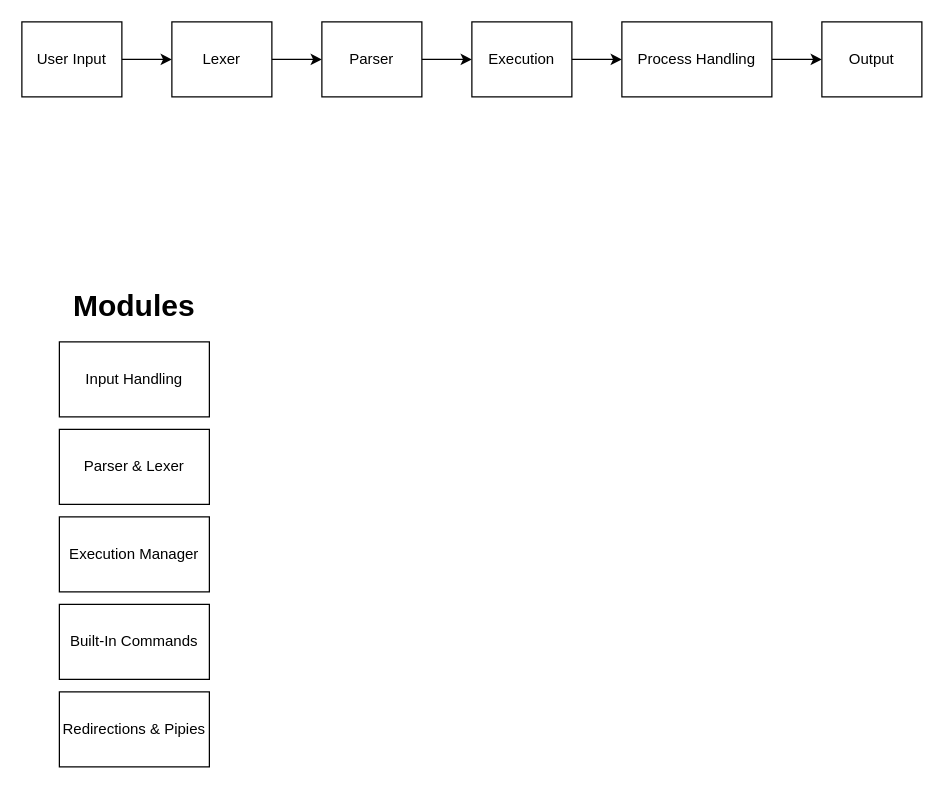
Before: page "High-Level Architecture Diagram" (1 of 3) of _gitignore/minishell.drawio in bddkalle/minishell, a draw.io diagram. Source tidied: cells renumbered, new cells numbered last; positions are measured from the earlier drawing's top-left corner, leaving out a move shared by most shapes. Both pictures are drawn from the tidied source at 125%, with x=0, y=0 at pixel (21, 21).
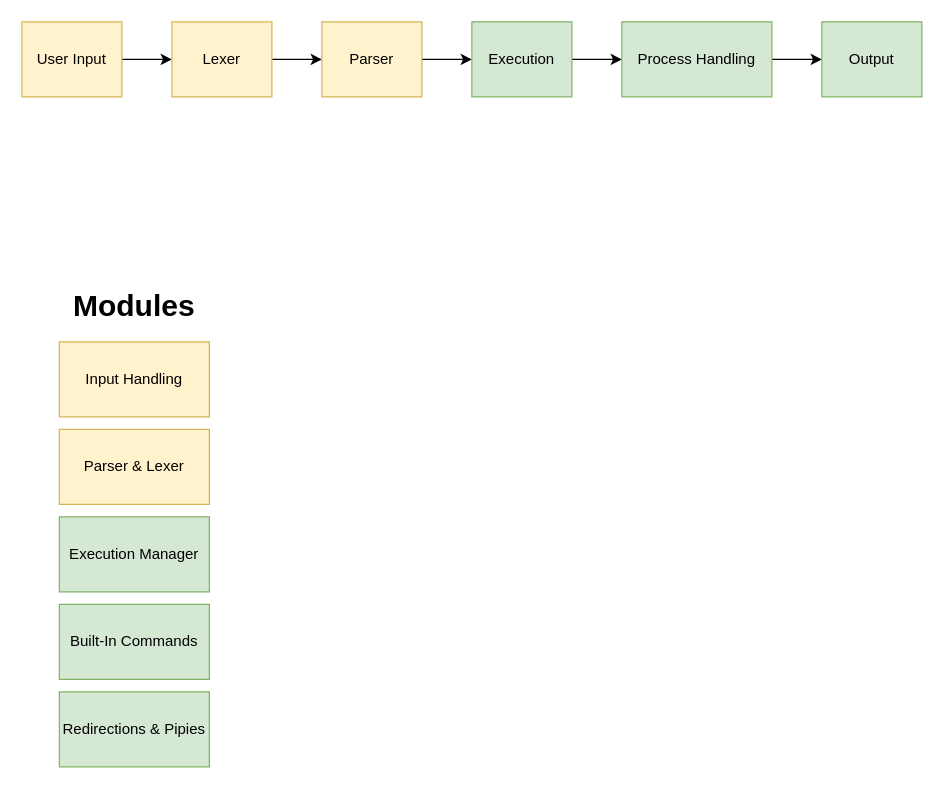
The same diagram, later.

Change to the diagram source:
```diff
@@
 <mxGraphModel>
   <root>
     <mxCell id="0" />
     <mxCell id="1" parent="0" />
-    <mxCell id="2" value="Input Handling" style="rounded=0;whiteSpace=wrap;html=1;" parent="1" vertex="1">
+    <mxCell id="2" value="Input Handling" style="rounded=0;whiteSpace=wrap;html=1;fillColor=#fff2cc;strokeColor=#d6b656;" parent="1" vertex="1">
       <mxGeometry x="30" y="256" width="120" height="60" as="geometry" />
     </mxCell>
-    <mxCell id="3" value="Parser &amp;amp; Lexer" style="rounded=0;whiteSpace=wrap;html=1;" parent="1" vertex="1">
+    <mxCell id="3" value="Parser &amp;amp; Lexer" style="rounded=0;whiteSpace=wrap;html=1;fillColor=#fff2cc;strokeColor=#d6b656;" parent="1" vertex="1">
       <mxGeometry x="30" y="326" width="120" height="60" as="geometry" />
     </mxCell>
-    <mxCell id="4" value="Execution Manager" style="rounded=0;whiteSpace=wrap;html=1;" parent="1" vertex="1">
+    <mxCell id="4" value="Execution Manager" style="rounded=0;whiteSpace=wrap;html=1;fillColor=#d5e8d4;strokeColor=#82b366;" parent="1" vertex="1">
       <mxGeometry x="30" y="396" width="120" height="60" as="geometry" />
     </mxCell>
-    <mxCell id="5" value="&lt;div&gt;Built-In Commands&lt;/div&gt;" style="rounded=0;whiteSpace=wrap;html=1;" parent="1" vertex="1">
+    <mxCell id="5" value="&lt;div&gt;Built-In Commands&lt;/div&gt;" style="rounded=0;whiteSpace=wrap;html=1;fillColor=#d5e8d4;strokeColor=#82b366;" parent="1" vertex="1">
       <mxGeometry x="30" y="466" width="120" height="60" as="geometry" />
     </mxCell>
-    <mxCell id="6" value="&lt;div&gt;Redirections &amp;amp; Pipies&lt;/div&gt;" style="rounded=0;whiteSpace=wrap;html=1;" parent="1" vertex="1">
+    <mxCell id="6" value="&lt;div&gt;Redirections &amp;amp; Pipies&lt;/div&gt;" style="rounded=0;whiteSpace=wrap;html=1;fillColor=#d5e8d4;strokeColor=#82b366;" parent="1" vertex="1">
       <mxGeometry x="30" y="536" width="120" height="60" as="geometry" />
     </mxCell>
     <mxCell id="7" value="&lt;div align=&quot;center&quot;&gt;&lt;b&gt;&lt;font style=&quot;font-size: 24px;&quot;&gt;Modules&lt;/font&gt;&lt;/b&gt;&lt;/div&gt;" style="text;html=1;align=center;verticalAlign=middle;whiteSpace=wrap;rounded=0;" parent="1" vertex="1">
       <mxGeometry x="30" y="213" width="120" height="30" as="geometry" />
     </mxCell>
     <mxCell id="8" style="edgeStyle=orthogonalEdgeStyle;rounded=0;jettySize=auto;html=1;exitX=1;exitY=0.5;exitDx=0;exitDy=0;entryX=0;entryY=0.5;entryDx=0;entryDy=0;" parent="1" edge="1" source="9" target="11">
       <mxGeometry relative="1" as="geometry" />
     </mxCell>
-    <mxCell id="9" value="User Input" style="rounded=0;whiteSpace=wrap;html=1;" parent="1" vertex="1">
+    <mxCell id="9" value="User Input" style="rounded=0;whiteSpace=wrap;html=1;fillColor=#fff2cc;strokeColor=#d6b656;" parent="1" vertex="1">
       <mxGeometry width="80" height="60" as="geometry" />
     </mxCell>
     <mxCell id="10" style="edgeStyle=orthogonalEdgeStyle;rounded=0;jettySize=auto;html=1;" parent="1" edge="1" source="11" target="13">
       <mxGeometry relative="1" as="geometry" />
     </mxCell>
-    <mxCell id="11" value="&lt;div&gt;Lexer&lt;br&gt;&lt;/div&gt;" style="rounded=0;whiteSpace=wrap;html=1;" parent="1" vertex="1">
+    <mxCell id="11" value="&lt;div&gt;Lexer&lt;br&gt;&lt;/div&gt;" style="rounded=0;whiteSpace=wrap;html=1;fillColor=#fff2cc;strokeColor=#d6b656;" parent="1" vertex="1">
       <mxGeometry x="120" width="80" height="60" as="geometry" />
     </mxCell>
     <mxCell id="12" style="edgeStyle=orthogonalEdgeStyle;rounded=0;jettySize=auto;html=1;" parent="1" edge="1" source="13" target="15">
       <mxGeometry relative="1" as="geometry" />
     </mxCell>
-    <mxCell id="13" value="Parser" style="rounded=0;whiteSpace=wrap;html=1;" parent="1" vertex="1">
+    <mxCell id="13" value="Parser" style="rounded=0;whiteSpace=wrap;html=1;fillColor=#fff2cc;strokeColor=#d6b656;" parent="1" vertex="1">
       <mxGeometry x="240" width="80" height="60" as="geometry" />
     </mxCell>
     <mxCell id="14" style="edgeStyle=orthogonalEdgeStyle;rounded=0;jettySize=auto;html=1;" parent="1" edge="1" source="15" target="17">
       <mxGeometry relative="1" as="geometry" />
     </mxCell>
-    <mxCell id="15" value="Execution" style="rounded=0;whiteSpace=wrap;html=1;" parent="1" vertex="1">
+    <mxCell id="15" value="Execution" style="rounded=0;whiteSpace=wrap;html=1;fillColor=#d5e8d4;strokeColor=#82b366;" parent="1" vertex="1">
       <mxGeometry x="360" width="80" height="60" as="geometry" />
     </mxCell>
     <mxCell id="16" style="edgeStyle=orthogonalEdgeStyle;rounded=0;jettySize=auto;html=1;" parent="1" edge="1" source="17" target="18">
       <mxGeometry relative="1" as="geometry" />
     </mxCell>
-    <mxCell id="17" value="Process Handling" style="rounded=0;whiteSpace=wrap;html=1;" parent="1" vertex="1">
+    <mxCell id="17" value="Process Handling" style="rounded=0;whiteSpace=wrap;html=1;fillColor=#d5e8d4;strokeColor=#82b366;" parent="1" vertex="1">
       <mxGeometry x="480" width="120" height="60" as="geometry" />
     </mxCell>
-    <mxCell id="18" value="Output" style="rounded=0;whiteSpace=wrap;html=1;" parent="1" vertex="1">
+    <mxCell id="18" value="Output" style="rounded=0;whiteSpace=wrap;html=1;fillColor=#d5e8d4;strokeColor=#82b366;" parent="1" vertex="1">
       <mxGeometry x="640" width="80" height="60" as="geometry" />
     </mxCell>
   </root>
 </mxGraphModel>
```
